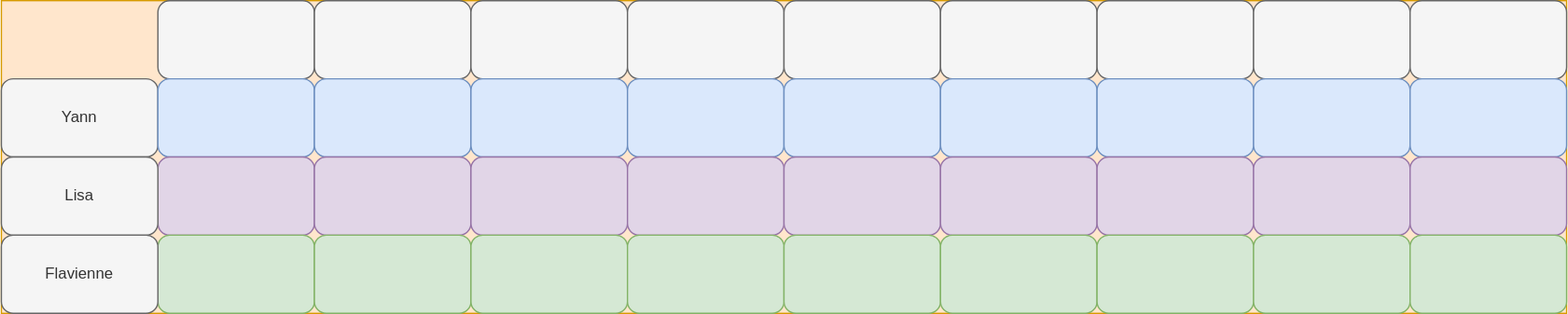
This is planning.svg from UchatOrg/guideline, a draw.io export, as it was before one commit. Source tidied: cells renumbered, new cells last; positions are measured from the earlier drawing's top-left corner, leaving out a move shared by most shapes.
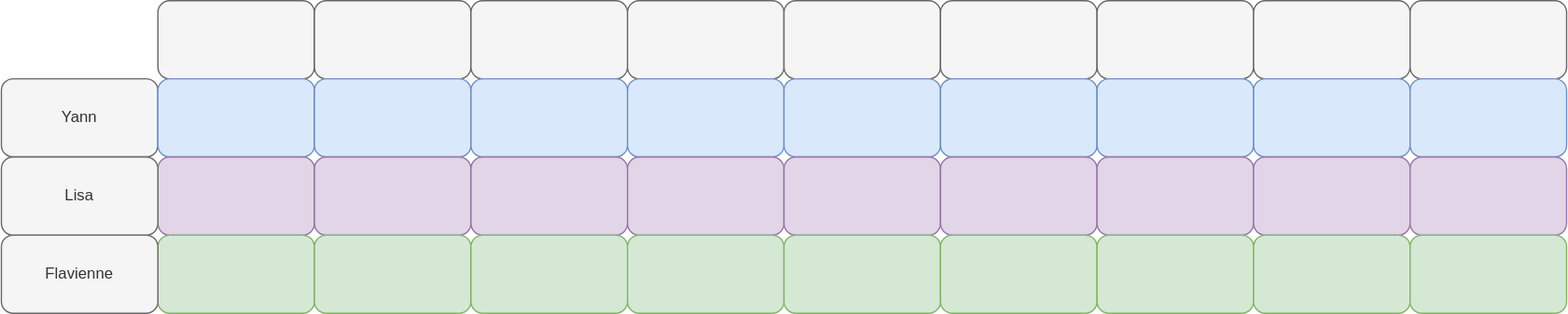
Later version of the same file.

Change to the diagram source:
```diff
@@ -2,9 +2,6 @@
   <root>
     <mxCell id="0" />
     <mxCell id="1" parent="0" />
-    <mxCell id="2" style="rounded=0;whiteSpace=wrap;html=1;fillColor=#ffe6cc;strokeColor=#d79b00;" parent="1" vertex="1">
-      <mxGeometry width="1200" height="240" as="geometry" />
-    </mxCell>
     <mxCell id="3" style="rounded=1;whiteSpace=wrap;html=1;fillColor=#f5f5f5;strokeColor=#666666;fontColor=#333333;" parent="1" vertex="1">
       <mxGeometry x="120" width="120" height="60" as="geometry" />
     </mxCell>
```
